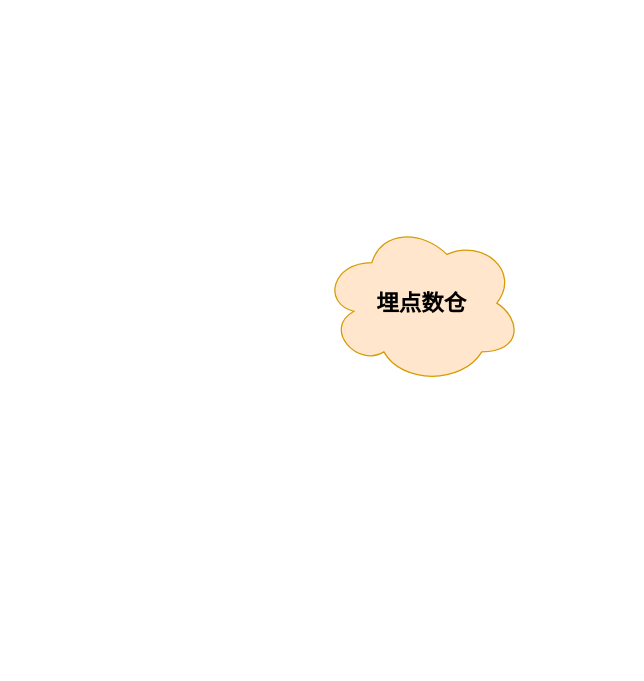
Earlier version of the draw.io diagram test.drawio (XXXShaoZi/test_file). Source tidied: cells renumbered, new cells numbered last; positions are measured from the earlier drawing's top-left corner, leaving out a move shared by most shapes. Both pictures are drawn from the tidied source at 125%, with x=0, y=0 at pixel (321, 221).
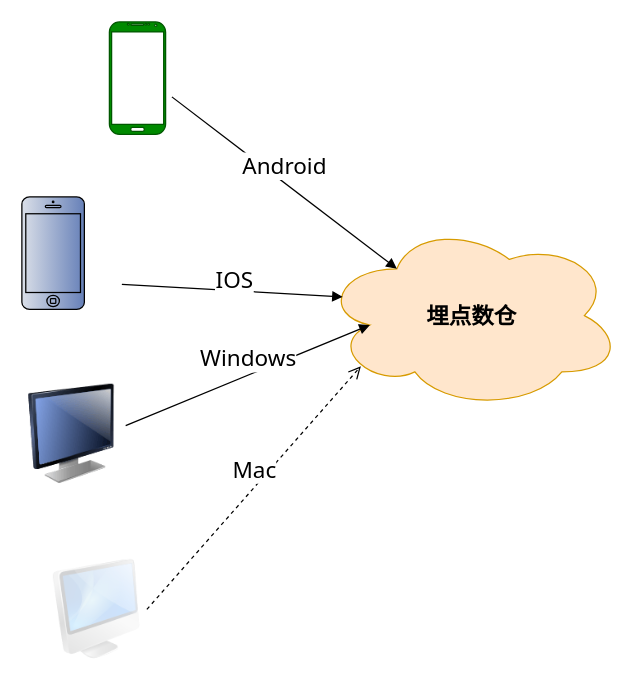
The same diagram, later.

Change to the diagram source:
```diff
@@
 <mxGraphModel>
   <root>
     <mxCell id="0" />
     <mxCell id="1" parent="0" />
     <mxCell id="2" value="埋点数仓" style="ellipse;shape=cloud;whiteSpace=wrap;html=1;fillColor=#ffe6cc;strokeColor=#d79b00;fontStyle=1;fontSize=18;fontFamily=Tahoma;" parent="1" vertex="1">
-      <mxGeometry width="160" height="130" as="geometry" />
+      <mxGeometry width="240" height="150" as="geometry" />
     </mxCell>
+    <mxCell id="3" style="image;html=1;image=img/lib/clip_art/computers/iMac_128x128.png;fillStyle=solid;fontFamily=Tahoma;fontSize=18;fillColor=#D5E8D4;opacity=20;" parent="1" vertex="1">
+      <mxGeometry x="-220" y="270" width="80" height="80" as="geometry" />
+    </mxCell>
+    <mxCell id="4" value="Android" style="html=1;verticalAlign=bottom;endArrow=block;rounded=0;fontFamily=Tahoma;fontSize=18;exitX=1;exitY=0.5;exitDx=0;exitDy=0;entryX=0.25;entryY=0.25;entryDx=0;entryDy=0;entryPerimeter=0;" parent="1" edge="1" target="2">
+      <mxGeometry relative="1" as="geometry">
+        <mxPoint x="-120" y="-100" as="sourcePoint" />
+      </mxGeometry>
+    </mxCell>
+    <mxCell id="5" value="IOS" style="html=1;verticalAlign=bottom;endArrow=block;rounded=0;fontFamily=Tahoma;fontSize=18;exitX=1;exitY=0.5;exitDx=0;exitDy=0;entryX=0.07;entryY=0.4;entryDx=0;entryDy=0;entryPerimeter=0;" parent="1" edge="1" target="2">
+      <mxGeometry x="0.02" y="-5" relative="1" as="geometry">
+        <mxPoint x="-160" y="50" as="sourcePoint" />
+      </mxGeometry>
+    </mxCell>
+    <mxCell id="6" style="verticalLabelPosition=bottom;verticalAlign=top;html=1;shadow=0;dashed=0;strokeWidth=1;shape=mxgraph.android.phone2;strokeColor=#005700;fillStyle=solid;fontFamily=Tahoma;fontSize=18;fillColor=#008a00;fontColor=#ffffff;" parent="1" vertex="1">
+      <mxGeometry x="-170" y="-160" width="45" height="90" as="geometry" />
+    </mxCell>
+    <mxCell id="7" style="html=1;verticalLabelPosition=bottom;labelBackgroundColor=#ffffff;verticalAlign=top;shadow=0;dashed=0;strokeWidth=1;shape=mxgraph.ios7.misc.iphone;strokeColor=#000000;fillStyle=solid;fontFamily=Tahoma;fontSize=18;fillColor=#6680b8;fontColor=#ffffff;gradientColor=#DADFE8;gradientDirection=west;" parent="1" vertex="1">
+      <mxGeometry x="-240" y="-20" width="50" height="90" as="geometry" />
+    </mxCell>
+    <mxCell id="8" style="image;html=1;image=img/lib/clip_art/computers/Monitor_128x128.png;fillStyle=solid;fontFamily=Tahoma;fontSize=18;fillColor=#D5E8D4;" parent="1" vertex="1">
+      <mxGeometry x="-240" y="130" width="80" height="80" as="geometry" />
+    </mxCell>
+    <mxCell id="9" value="Windows" style="html=1;verticalAlign=bottom;endArrow=block;rounded=0;fontFamily=Tahoma;fontSize=18;exitX=1.038;exitY=0.413;exitDx=0;exitDy=0;exitPerimeter=0;entryX=0.16;entryY=0.55;entryDx=0;entryDy=0;entryPerimeter=0;" parent="1" edge="1" source="8" target="2">
+      <mxGeometry relative="1" as="geometry" />
+    </mxCell>
+    <mxCell id="10" value="Mac" style="html=1;verticalAlign=bottom;endArrow=open;dashed=1;endSize=8;rounded=0;fontFamily=Tahoma;fontSize=18;entryX=0.13;entryY=0.77;entryDx=0;entryDy=0;entryPerimeter=0;exitX=1;exitY=0.5;exitDx=0;exitDy=0;" parent="1" edge="1" source="3" target="2">
+      <mxGeometry relative="1" as="geometry" />
+    </mxCell>
   </root>
 </mxGraphModel>
```
